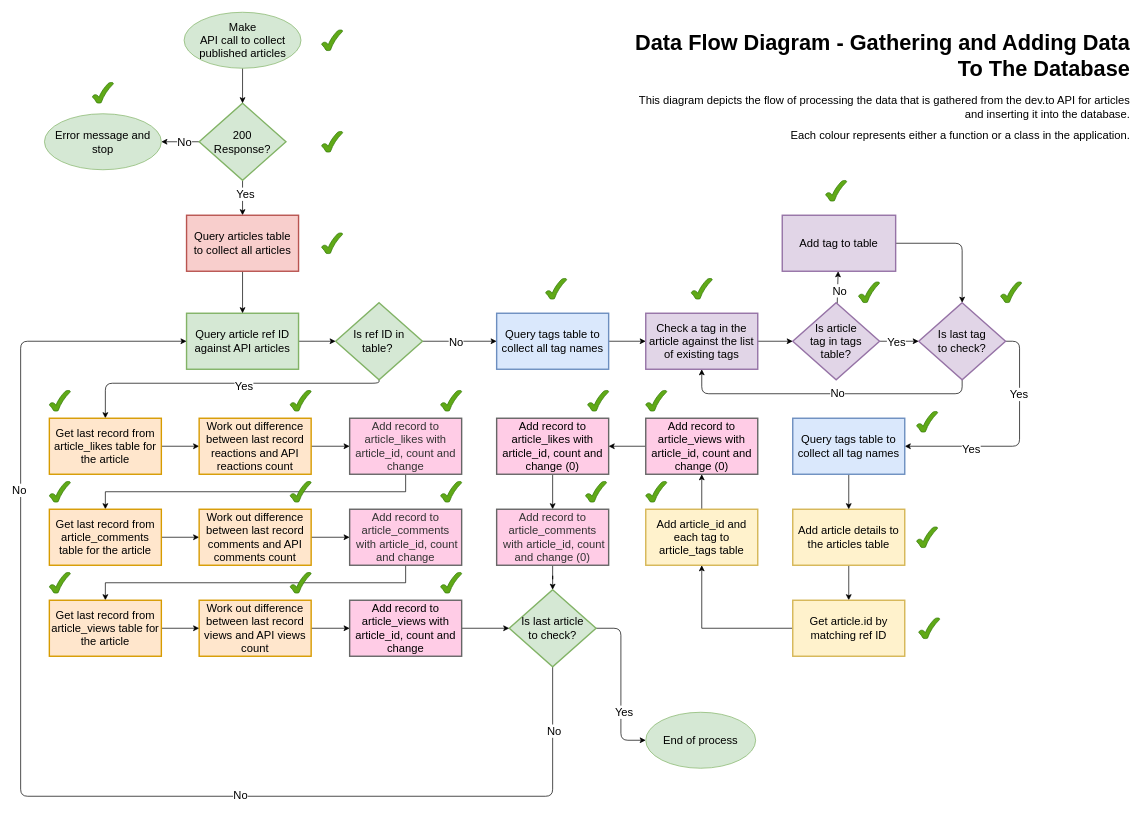
The draw.io diagram development_docs/004-data-processing-flow.drawio in York13Pud/python-project-dev-to-stats, before the edit. Source tidied: cells renumbered, new cells numbered last; positions are measured from the earlier drawing's top-left corner, leaving out a move shared by most shapes. Both pictures are drawn from the tidied source at 70%, with x=0, y=0 at pixel (20, 12).
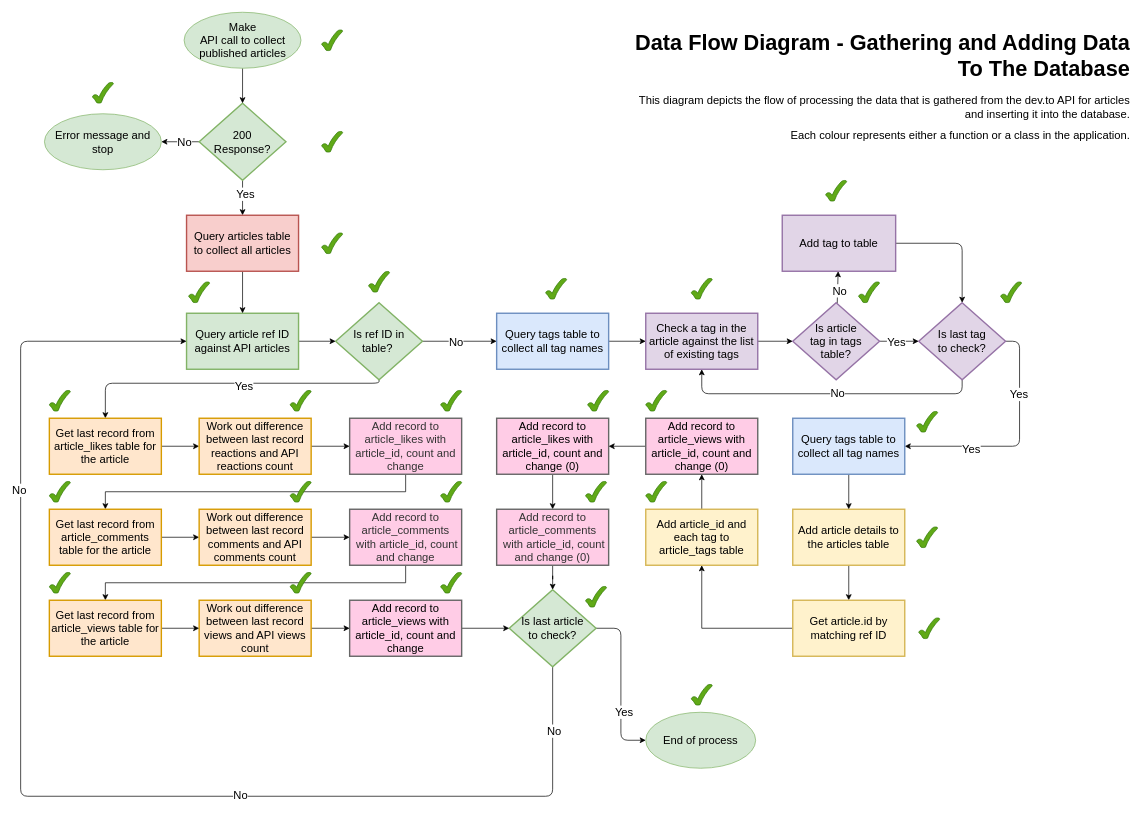
The same page after the edit.

The edit, as a diff of the source:
```diff
@@
+    <mxCell id="102" style="verticalLabelPosition=bottom;verticalAlign=top;html=1;shape=mxgraph.basic.tick;fillColor=#60a917;strokeColor=#2D7600;fontColor=#ffffff;" parent="1" vertex="1">
+      <mxGeometry x="497" y="370" width="30" height="30" as="geometry" />
+    </mxCell>
+    <mxCell id="103" style="verticalLabelPosition=bottom;verticalAlign=top;html=1;shape=mxgraph.basic.tick;fillColor=#60a917;strokeColor=#2D7600;fontColor=#ffffff;" parent="1" vertex="1">
+      <mxGeometry x="240" y="385" width="30" height="30" as="geometry" />
+    </mxCell>
+    <mxCell id="104" style="verticalLabelPosition=bottom;verticalAlign=top;html=1;shape=mxgraph.basic.tick;fillColor=#60a917;strokeColor=#2D7600;fontColor=#ffffff;" parent="1" vertex="1">
+      <mxGeometry x="807" y="820" width="30" height="30" as="geometry" />
+    </mxCell>
+    <mxCell id="105" style="verticalLabelPosition=bottom;verticalAlign=top;html=1;shape=mxgraph.basic.tick;fillColor=#60a917;strokeColor=#2D7600;fontColor=#ffffff;" parent="1" vertex="1">
+      <mxGeometry x="958" y="960" width="30" height="30" as="geometry" />
+    </mxCell>
```
